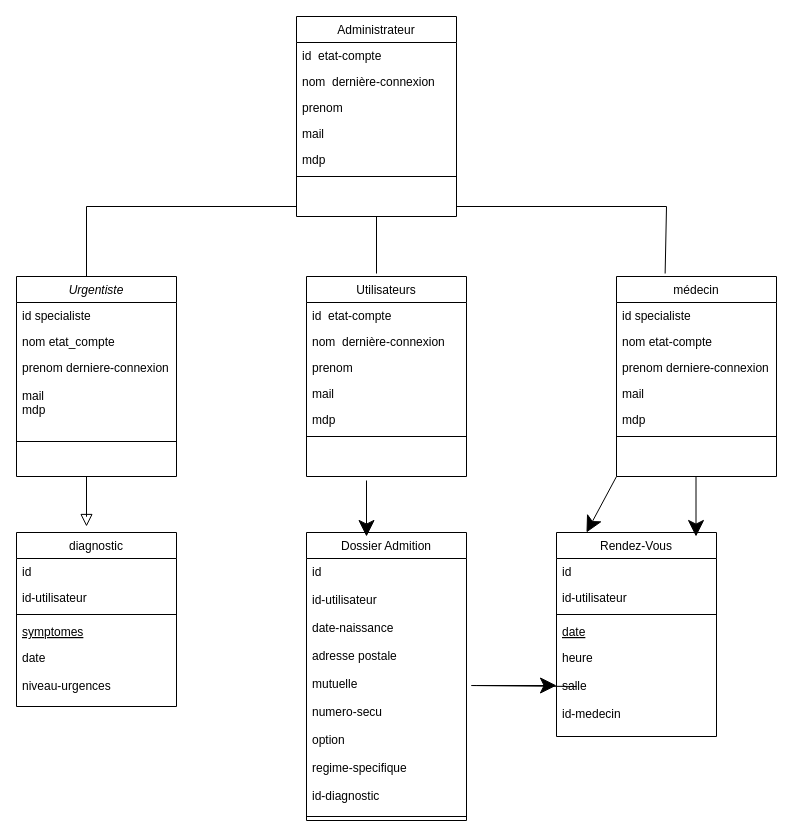
Before: Untitled Diagram.drawio in bambaibrahim02/projet_hsp, a draw.io diagram. Source tidied: cells renumbered, new cells numbered last; positions are measured from the earlier drawing's top-left corner, leaving out a move shared by most shapes. Both pictures are drawn from the tidied source at 100%, with x=0, y=0 at pixel (16, 16).
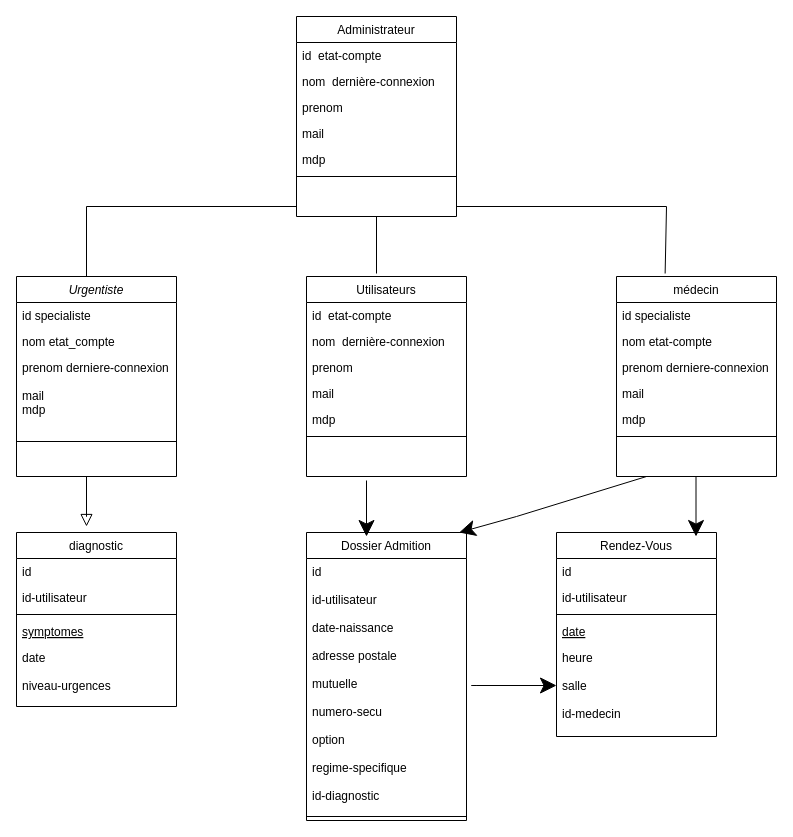
Above is the later version.

The change refers to these unchanged cells:
```xml
<mxCell id="14" value="Dossier Admition" style="swimlane;fontStyle=0;align=center;verticalAlign=top;horizontal=1;startSize=26;rounded=0;shadow=0;strokeWidth=1;" parent="1" vertex="1">
  <mxGeometry x="290" y="516" width="160" height="288" as="geometry" />
</mxCell>
<mxCell id="16" style="line;html=1;strokeWidth=1;align=left;verticalAlign=middle;spacingTop=-1;spacingLeft=3;spacingRight=3;labelPosition=right;points=[];portConstraint=eastwest;" parent="14" vertex="1">
  <mxGeometry y="280" width="160" height="8" as="geometry" />
</mxCell>
<mxCell id="32" value="médecin" style="swimlane;fontStyle=0;align=center;verticalAlign=top;horizontal=1;startSize=26;rounded=0;shadow=0;strokeWidth=1;" parent="1" vertex="1">
  <mxGeometry x="600" y="260" width="160" height="200" as="geometry" />
</mxCell>
<mxCell id="39" value="Rendez-Vous" style="swimlane;fontStyle=0;align=center;verticalAlign=top;horizontal=1;startSize=26;rounded=0;shadow=0;strokeWidth=1;" parent="1" vertex="1">
  <mxGeometry x="540" y="516" width="160" height="204" as="geometry" />
</mxCell>
```

The edit, as a diff of the source:
```diff
@@
+    <mxCell id="53" style="edgeStyle=none;curved=1;rounded=0;jettySize=auto;html=1;exitX=0.75;exitY=1;exitDx=0;exitDy=0;entryX=0.75;entryY=1;entryDx=0;entryDy=0;entryPerimeter=0;endArrow=open;startSize=14;endSize=14;sourcePerimeterSpacing=8;targetPerimeterSpacing=8;" parent="14" edge="1" source="14" target="16">
+      <mxGeometry relative="1" as="geometry">
+        <Array as="points">
+          <mxPoint x="120" y="288" />
+        </Array>
+      </mxGeometry>
+    </mxCell>
@@
-    <mxCell id="46" style="endArrow=classic;html=1;startSize=14;endSize=14;sourcePerimeterSpacing=8;targetPerimeterSpacing=8;exitX=0;exitY=1;exitDx=0;exitDy=0;" parent="1" edge="1" source="32">
-      <mxGeometry relative="1" as="geometry">
-        <mxPoint x="570" y="516" as="targetPoint" />
-      </mxGeometry>
-    </mxCell>
-    <mxCell id="47" style="endArrow=classic;html=1;startSize=14;endSize=14;sourcePerimeterSpacing=8;targetPerimeterSpacing=8;entryX=0;entryY=0.75;entryDx=0;entryDy=0;" parent="1" edge="1" target="39">
+    <mxCell id="47" style="endArrow=classic;html=1;startSize=14;endSize=14;sourcePerimeterSpacing=8;targetPerimeterSpacing=8;" parent="1" edge="1">
       <mxGeometry relative="1" as="geometry">
-        <mxPoint x="560" y="670" as="sourcePoint" />
+        <mxPoint x="530" y="669" as="sourcePoint" />
+        <mxPoint x="540" y="669" as="targetPoint" />
         <Array as="points">
           <mxPoint x="450" y="669" />
         </Array>
       </mxGeometry>
     </mxCell>
@@
+    <mxCell id="54" style="endArrow=classic;html=1;startSize=14;endSize=14;sourcePerimeterSpacing=8;targetPerimeterSpacing=8;entryX=0.954;entryY=0;entryDx=0;entryDy=0;entryPerimeter=0;" parent="1" edge="1" target="14">
+      <mxGeometry relative="1" as="geometry">
+        <mxPoint x="500" y="500" as="sourcePoint" />
+      </mxGeometry>
+    </mxCell>
+    <mxCell id="55" style="endArrow=none;html=1;startSize=14;endSize=14;sourcePerimeterSpacing=8;targetPerimeterSpacing=8;" parent="1" edge="1">
+      <mxGeometry relative="1" as="geometry">
+        <mxPoint x="500" y="500" as="sourcePoint" />
+        <mxPoint x="630" y="460" as="targetPoint" />
+      </mxGeometry>
+    </mxCell>
```
